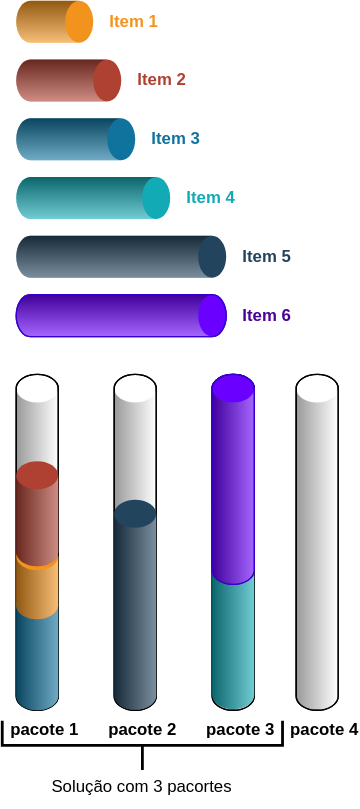
The draw.io diagram images/BPP.drawio.svg in spideryzarc/OCM, before a commit. Source tidied: cells renumbered, new cells last; positions are measured from the earlier drawing's top-left corner, leaving out a move shared by most shapes.
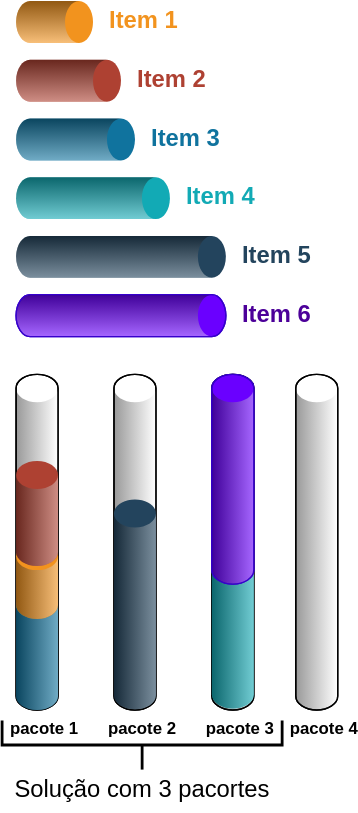
The same file after the commit.

Change to the diagram source:
```diff
@@ -2,22 +2,22 @@
   <root>
     <mxCell id="0" />
     <mxCell id="1" parent="0" />
-    <mxCell id="2" value="Item 6" style="verticalLabelPosition=middle;verticalAlign=middle;html=1;shape=mxgraph.infographic.cylinder;fillColor=#6a00ff;strokeColor=#3700CC;shadow=0;align=left;labelPosition=right;spacingLeft=10;fontStyle=1;fontColor=#4C0099;direction=south;" parent="1" vertex="1">
+    <mxCell id="2" value="Item 6" style="verticalLabelPosition=middle;verticalAlign=middle;html=1;shape=mxgraph.infographic.cylinder;fillColor=#6a00ff;strokeColor=#3700CC;shadow=0;align=left;labelPosition=right;spacingLeft=10;fontStyle=1;fontColor=#4C0099;direction=south;fontSize=17;" parent="1" vertex="1">
       <mxGeometry y="210" width="150" height="30" as="geometry" />
     </mxCell>
-    <mxCell id="3" value="Item 5" style="verticalLabelPosition=middle;verticalAlign=middle;html=1;shape=mxgraph.infographic.cylinder;fillColor=#23445D;strokeColor=none;shadow=0;align=left;labelPosition=right;spacingLeft=10;fontStyle=1;fontColor=#23445D;direction=south;" parent="1" vertex="1">
+    <mxCell id="3" value="Item 5" style="verticalLabelPosition=middle;verticalAlign=middle;html=1;shape=mxgraph.infographic.cylinder;fillColor=#23445D;strokeColor=none;shadow=0;align=left;labelPosition=right;spacingLeft=10;fontStyle=1;fontColor=#23445D;direction=south;fontSize=17;" parent="1" vertex="1">
       <mxGeometry y="168" width="150" height="30" as="geometry" />
     </mxCell>
-    <mxCell id="4" value="Item 2" style="verticalLabelPosition=middle;verticalAlign=middle;html=1;shape=mxgraph.infographic.cylinder;fillColor=#AE4132;strokeColor=none;shadow=0;align=left;labelPosition=right;spacingLeft=10;fontStyle=1;fontColor=#AE4132;direction=south;" parent="1" vertex="1">
+    <mxCell id="4" value="Item 2" style="verticalLabelPosition=middle;verticalAlign=middle;html=1;shape=mxgraph.infographic.cylinder;fillColor=#AE4132;strokeColor=none;shadow=0;align=left;labelPosition=right;spacingLeft=10;fontStyle=1;fontColor=#AE4132;direction=south;fontSize=17;" parent="1" vertex="1">
       <mxGeometry y="42" width="75" height="30" as="geometry" />
     </mxCell>
-    <mxCell id="5" value="Item 1" style="verticalLabelPosition=middle;verticalAlign=middle;html=1;shape=mxgraph.infographic.cylinder;fillColor=#F2931E;strokeColor=none;shadow=0;align=left;labelPosition=right;spacingLeft=10;fontStyle=1;fontColor=#F2931E;direction=south;" parent="1" vertex="1">
+    <mxCell id="5" value="Item 1" style="verticalLabelPosition=middle;verticalAlign=middle;html=1;shape=mxgraph.infographic.cylinder;fillColor=#F2931E;strokeColor=none;shadow=0;align=left;labelPosition=right;spacingLeft=10;fontStyle=1;fontColor=#F2931E;direction=south;fontSize=17;" parent="1" vertex="1">
       <mxGeometry width="55" height="30" as="geometry" />
     </mxCell>
-    <mxCell id="6" value="Item 3" style="verticalLabelPosition=middle;verticalAlign=middle;html=1;shape=mxgraph.infographic.cylinder;fillColor=#10739E;strokeColor=none;shadow=0;align=left;labelPosition=right;spacingLeft=10;fontStyle=1;fontColor=#10739E;direction=south;" parent="1" vertex="1">
+    <mxCell id="6" value="Item 3" style="verticalLabelPosition=middle;verticalAlign=middle;html=1;shape=mxgraph.infographic.cylinder;fillColor=#10739E;strokeColor=none;shadow=0;align=left;labelPosition=right;spacingLeft=10;fontStyle=1;fontColor=#10739E;direction=south;fontSize=17;" parent="1" vertex="1">
       <mxGeometry y="84" width="85" height="30" as="geometry" />
     </mxCell>
-    <mxCell id="7" value="Item 4" style="verticalLabelPosition=middle;verticalAlign=middle;html=1;shape=mxgraph.infographic.cylinder;fillColor=#12AAB5;strokeColor=none;shadow=0;align=left;labelPosition=right;spacingLeft=10;fontStyle=1;fontColor=#12AAB5;direction=south;" parent="1" vertex="1">
+    <mxCell id="7" value="Item 4" style="verticalLabelPosition=middle;verticalAlign=middle;html=1;shape=mxgraph.infographic.cylinder;fillColor=#12AAB5;strokeColor=none;shadow=0;align=left;labelPosition=right;spacingLeft=10;fontStyle=1;fontColor=#12AAB5;direction=south;fontSize=17;" parent="1" vertex="1">
       <mxGeometry y="126" width="110" height="30" as="geometry" />
     </mxCell>
     <mxCell id="8" value="pacote 1" style="verticalLabelPosition=bottom;verticalAlign=top;html=1;shape=mxgraph.infographic.cylinder;shadow=0;align=center;labelPosition=center;spacingLeft=10;fontStyle=1;" parent="1" vertex="1">
@@ -53,8 +53,8 @@
     <mxCell id="18" style="strokeWidth=2;html=1;shape=mxgraph.flowchart.annotation_2;align=left;labelPosition=right;rotation=-90;" parent="1" vertex="1">
       <mxGeometry x="72.6" y="431.9" width="35.1" height="200.2" as="geometry" />
     </mxCell>
-    <mxCell id="19" value="Solução com 3 pacortes" style="text;html=1;strokeColor=none;fillColor=none;align=center;verticalAlign=middle;whiteSpace=wrap;rounded=0;" parent="1" vertex="1">
-      <mxGeometry x="15.2" y="547" width="149.9" height="30" as="geometry" />
+    <mxCell id="19" value="Solução com 3 pacortes" style="text;html=1;strokeColor=none;fillColor=none;align=center;verticalAlign=middle;whiteSpace=wrap;rounded=0;fontSize=17;" parent="1" vertex="1">
+      <mxGeometry x="-7.3" y="550" width="194.8" height="30" as="geometry" />
     </mxCell>
   </root>
 </mxGraphModel>
```
